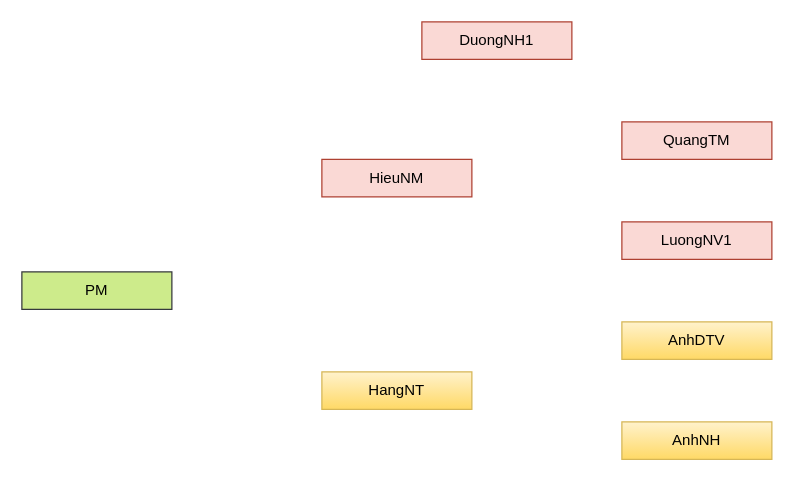
hoangpn256/diagram keeps this draw.io diagram as page "SPT" (3 of 3) of BUL_kaizen(w Customer).drawio. Above is the earlier version. Source tidied: cells renumbered, new cells numbered last; positions are measured from the earlier drawing's top-left corner, leaving out a move shared by most shapes. Both pictures are drawn from the tidied source at 125%, with x=0, y=0 at pixel (21, 21).
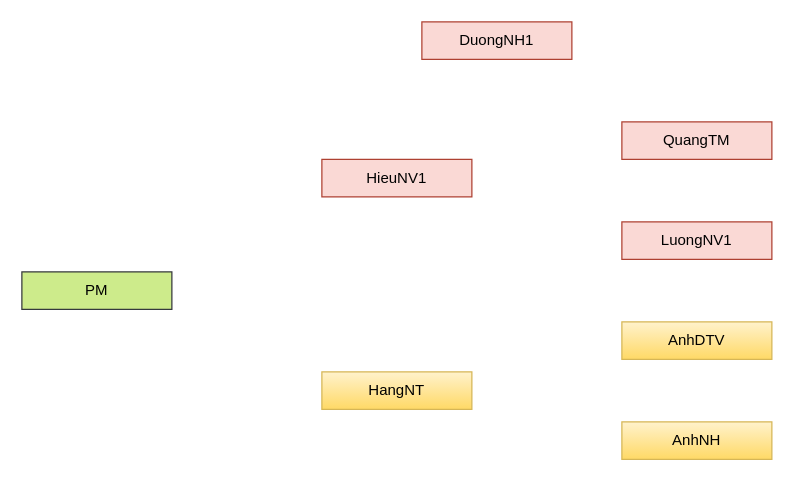
Above is the later version.

Commit message:
Cập nhật BUL_kaizen(w Customer).drawio

What changed in the source:
```diff
@@
 <mxGraphModel>
   <root>
     <mxCell id="0" />
     <mxCell id="1" parent="0" />
     <mxCell id="2" value="QuangTM" style="rounded=0;whiteSpace=wrap;html=1;fillColor=#fad9d5;strokeColor=#ae4132;" parent="1" vertex="1">
       <mxGeometry x="480" y="80" width="120" height="30" as="geometry" />
     </mxCell>
     <mxCell id="3" value="LuongNV1" style="rounded=0;whiteSpace=wrap;html=1;fillColor=#fad9d5;strokeColor=#ae4132;" parent="1" vertex="1">
       <mxGeometry x="480" y="160" width="120" height="30" as="geometry" />
     </mxCell>
-    <mxCell id="4" value="HieuNM" style="rounded=0;whiteSpace=wrap;html=1;fillColor=#fad9d5;strokeColor=#ae4132;" parent="1" vertex="1">
+    <mxCell id="4" value="HieuNV1" style="rounded=0;whiteSpace=wrap;html=1;fillColor=#fad9d5;strokeColor=#ae4132;" parent="1" vertex="1">
       <mxGeometry x="240" y="110" width="120" height="30" as="geometry" />
     </mxCell>
     <mxCell id="5" value="DuongNH1" style="rounded=0;whiteSpace=wrap;html=1;fillColor=#fad9d5;strokeColor=#ae4132;" parent="1" vertex="1">
       <mxGeometry x="320" width="120" height="30" as="geometry" />
     </mxCell>
     <mxCell id="6" value="AnhDTV" style="rounded=0;whiteSpace=wrap;html=1;fillColor=#fff2cc;gradientColor=#ffd966;strokeColor=#d6b656;" parent="1" vertex="1">
       <mxGeometry x="480" y="240" width="120" height="30" as="geometry" />
     </mxCell>
     <mxCell id="7" value="AnhNH" style="rounded=0;whiteSpace=wrap;html=1;fillColor=#fff2cc;gradientColor=#ffd966;strokeColor=#d6b656;" parent="1" vertex="1">
       <mxGeometry x="480" y="320" width="120" height="30" as="geometry" />
     </mxCell>
     <mxCell id="8" value="HangNT" style="rounded=0;whiteSpace=wrap;html=1;fillColor=#fff2cc;gradientColor=#ffd966;strokeColor=#d6b656;" parent="1" vertex="1">
       <mxGeometry x="240" y="280" width="120" height="30" as="geometry" />
     </mxCell>
     <mxCell id="9" value="PM" style="rounded=0;whiteSpace=wrap;html=1;fillColor=#cdeb8b;strokeColor=#36393d;" parent="1" vertex="1">
       <mxGeometry y="200" width="120" height="30" as="geometry" />
     </mxCell>
   </root>
 </mxGraphModel>
```
